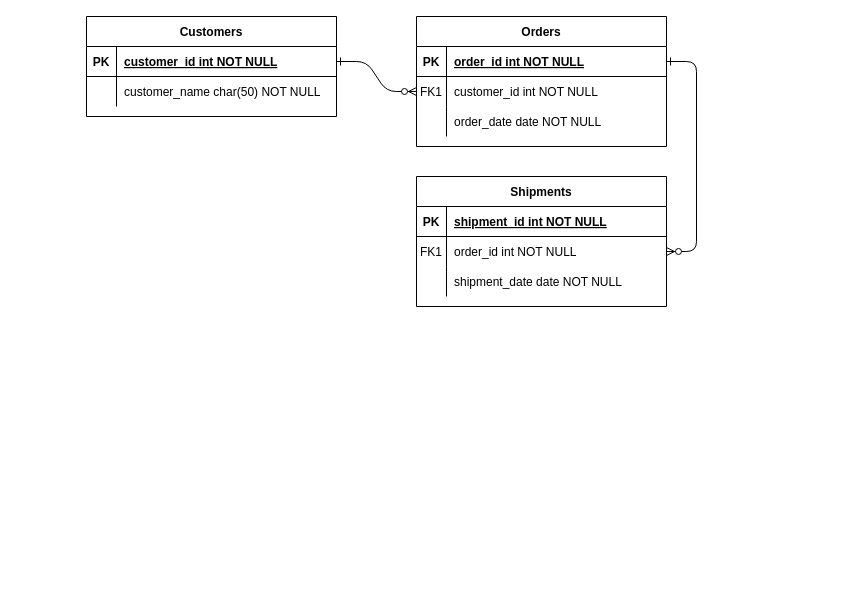
The draw.io diagram karaageER.drawio in MaTTalv001/Karaage_Again, before the edit. Source tidied: cells renumbered, new cells numbered last; positions are measured from the earlier drawing's top-left corner, leaving out a move shared by most shapes. Both pictures are drawn from the tidied source at 100%, with x=0, y=0 at pixel (86, 16).
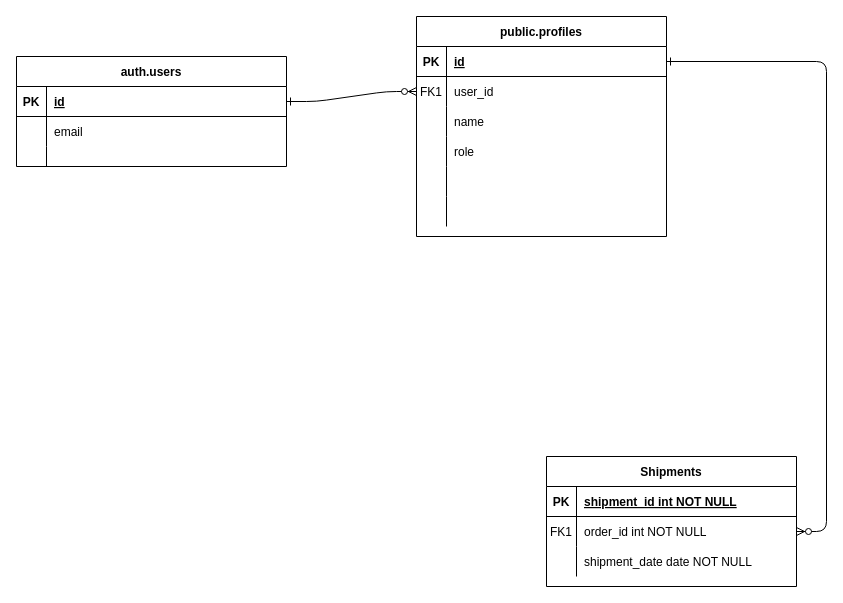
The same page after the edit.

Commit message:
karaageER.drawio を更新します

Unchanged cells that the change refers to:
```xml
<mxCell id="5" style="shape=partialRectangle;fillColor=none;points=[[0,0.5],[1,0.5]];portConstraint=eastwest;top=0;left=0;right=0;bottom=1;" parent="4" vertex="1">
  <mxGeometry y="30" width="250" height="30" as="geometry" />
</mxCell>
<mxCell id="8" style="shape=partialRectangle;fillColor=none;points=[[0,0.5],[1,0.5]];portConstraint=eastwest;top=0;left=0;right=0;bottom=0;" parent="4" vertex="1">
  <mxGeometry y="60" width="250" height="30" as="geometry" />
</mxCell>
<mxCell id="11" style="shape=partialRectangle;fillColor=none;top=0;left=0;right=0;bottom=0;" parent="4" vertex="1">
  <mxGeometry y="90" width="250" height="30" as="geometry" />
</mxCell>
```

Change to the diagram source:
```diff
@@
-    <mxCell id="4" value="Orders" style="shape=table;startSize=30;childLayout=tableLayout;rowLines=0;fontStyle=1;align=center;" parent="1" vertex="1">
-      <mxGeometry x="330" width="250" height="130" as="geometry" />
+    <mxCell id="4" value="public.profiles" style="shape=table;startSize=30;childLayout=tableLayout;rowLines=0;fontStyle=1;align=center;" parent="1" vertex="1">
+      <mxGeometry x="330" width="250" height="220" as="geometry" />
     </mxCell>
@@
-    <mxCell id="7" value="order_id int NOT NULL " style="shape=partialRectangle;overflow=hidden;fillColor=none;top=0;left=0;bottom=0;right=0;align=left;spacingLeft=6;fontStyle=5;" parent="5" vertex="1">
+    <mxCell id="7" value="id" style="shape=partialRectangle;overflow=hidden;fillColor=none;top=0;left=0;bottom=0;right=0;align=left;spacingLeft=6;fontStyle=5;" parent="5" vertex="1">
       <mxGeometry x="30" width="220" height="30" as="geometry" />
     </mxCell>
@@
-    <mxCell id="10" value="customer_id int NOT NULL" style="shape=partialRectangle;overflow=hidden;fillColor=none;top=0;left=0;bottom=0;right=0;align=left;spacingLeft=6;" parent="8" vertex="1">
+    <mxCell id="10" value="user_id" style="shape=partialRectangle;overflow=hidden;fillColor=none;top=0;left=0;bottom=0;right=0;align=left;spacingLeft=6;" parent="8" vertex="1">
       <mxGeometry x="30" width="220" height="30" as="geometry" />
     </mxCell>
@@
-    <mxCell id="13" value="order_date date NOT NULL" style="shape=partialRectangle;overflow=hidden;fillColor=none;top=0;left=0;bottom=0;right=0;align=left;spacingLeft=6;" parent="11" vertex="1">
+    <mxCell id="13" value="name" style="shape=partialRectangle;overflow=hidden;fillColor=none;top=0;left=0;bottom=0;right=0;align=left;spacingLeft=6;" parent="11" vertex="1">
       <mxGeometry x="30" width="220" height="30" as="geometry" />
     </mxCell>
+    <mxCell id="31" style="shape=partialRectangle;fillColor=none;top=0;left=0;right=0;bottom=0;" parent="4" vertex="1">
+      <mxGeometry y="120" width="250" height="30" as="geometry" />
+    </mxCell>
+    <mxCell id="32" style="shape=partialRectangle;overflow=hidden;fillColor=none;top=0;left=0;bottom=0;right=0;" parent="31" vertex="1">
+      <mxGeometry width="30" height="30" as="geometry" />
+    </mxCell>
+    <mxCell id="33" value="role" style="shape=partialRectangle;overflow=hidden;fillColor=none;top=0;left=0;bottom=0;right=0;align=left;spacingLeft=6;" parent="31" vertex="1">
+      <mxGeometry x="30" width="220" height="30" as="geometry" />
+    </mxCell>
+    <mxCell id="34" style="shape=partialRectangle;fillColor=none;top=0;left=0;right=0;bottom=0;" parent="4" vertex="1">
+      <mxGeometry y="150" width="250" height="30" as="geometry" />
+    </mxCell>
+    <mxCell id="35" style="shape=partialRectangle;overflow=hidden;fillColor=none;top=0;left=0;bottom=0;right=0;" parent="34" vertex="1">
+      <mxGeometry width="30" height="30" as="geometry" />
+    </mxCell>
+    <mxCell id="36" style="shape=partialRectangle;overflow=hidden;fillColor=none;top=0;left=0;bottom=0;right=0;align=left;spacingLeft=6;" parent="34" vertex="1">
+      <mxGeometry x="30" width="220" height="30" as="geometry" />
+    </mxCell>
+    <mxCell id="37" style="shape=partialRectangle;fillColor=none;top=0;left=0;right=0;bottom=0;" parent="4" vertex="1">
+      <mxGeometry y="180" width="250" height="30" as="geometry" />
+    </mxCell>
+    <mxCell id="38" style="shape=partialRectangle;overflow=hidden;fillColor=none;top=0;left=0;bottom=0;right=0;" parent="37" vertex="1">
+      <mxGeometry width="30" height="30" as="geometry" />
+    </mxCell>
+    <mxCell id="39" style="shape=partialRectangle;overflow=hidden;fillColor=none;top=0;left=0;bottom=0;right=0;align=left;spacingLeft=6;" parent="37" vertex="1">
+      <mxGeometry x="30" width="220" height="30" as="geometry" />
+    </mxCell>
     <mxCell id="14" value="Shipments" style="shape=table;startSize=30;childLayout=tableLayout;rowLines=0;fontStyle=1;align=center;" parent="1" vertex="1">
-      <mxGeometry x="330" y="160" width="250" height="130" as="geometry" />
+      <mxGeometry x="460" y="440" width="250" height="130" as="geometry" />
     </mxCell>
@@
-    <mxCell id="24" value="Customers" style="shape=table;startSize=30;childLayout=tableLayout;rowLines=0;fontStyle=1;align=center;" parent="1" vertex="1">
-      <mxGeometry width="250" height="100" as="geometry" />
+    <mxCell id="24" value="auth.users" style="shape=table;startSize=30;childLayout=tableLayout;rowLines=0;fontStyle=1;align=center;" parent="1" vertex="1">
+      <mxGeometry x="-70" y="40" width="270" height="110" as="geometry" />
     </mxCell>
     <mxCell id="25" style="shape=partialRectangle;fillColor=none;points=[[0,0.5],[1,0.5]];portConstraint=eastwest;top=0;left=0;right=0;bottom=1;" parent="24" vertex="1">
-      <mxGeometry y="30" width="250" height="30" as="geometry" />
+      <mxGeometry y="30" width="270" height="30" as="geometry" />
     </mxCell>
@@
-    <mxCell id="27" value="customer_id int NOT NULL " style="shape=partialRectangle;overflow=hidden;fillColor=none;top=0;left=0;bottom=0;right=0;align=left;spacingLeft=6;fontStyle=5;" parent="25" vertex="1">
-      <mxGeometry x="30" width="220" height="30" as="geometry" />
+    <mxCell id="27" value="id" style="shape=partialRectangle;overflow=hidden;fillColor=none;top=0;left=0;bottom=0;right=0;align=left;spacingLeft=6;fontStyle=5;" parent="25" vertex="1">
+      <mxGeometry x="30" width="240" height="30" as="geometry" />
     </mxCell>
-    <mxCell id="28" style="shape=partialRectangle;fillColor=none;top=0;left=0;right=0;bottom=0;" parent="24" vertex="1">
-      <mxGeometry y="60" width="250" height="30" as="geometry" />
-    </mxCell>
-    <mxCell id="29" style="shape=partialRectangle;overflow=hidden;fillColor=none;top=0;left=0;bottom=0;right=0;" parent="28" vertex="1">
-      <mxGeometry width="30" height="30" as="geometry" />
-    </mxCell>
-    <mxCell id="30" value="customer_name char(50) NOT NULL" style="shape=partialRectangle;overflow=hidden;fillColor=none;top=0;left=0;bottom=0;right=0;align=left;spacingLeft=6;" parent="28" vertex="1">
-      <mxGeometry x="30" width="220" height="30" as="geometry" />
-    </mxCell>
+    <mxCell id="40" style="shape=partialRectangle;fillColor=none;top=0;left=0;right=0;bottom=0;" parent="24" vertex="1">
+      <mxGeometry y="60" width="270" height="30" as="geometry" />
+    </mxCell>
+    <mxCell id="41" style="shape=partialRectangle;overflow=hidden;fillColor=none;top=0;left=0;bottom=0;right=0;" parent="40" vertex="1">
+      <mxGeometry width="30" height="30" as="geometry" />
+    </mxCell>
+    <mxCell id="42" value="email" style="shape=partialRectangle;overflow=hidden;fillColor=none;top=0;left=0;bottom=0;right=0;align=left;spacingLeft=6;" parent="40" vertex="1">
+      <mxGeometry x="30" width="240" height="30" as="geometry" />
+    </mxCell>
+    <mxCell id="43" style="shape=partialRectangle;fillColor=none;top=0;left=0;right=0;bottom=0;" parent="24" vertex="1">
+      <mxGeometry y="90" width="270" height="20" as="geometry" />
+    </mxCell>
+    <mxCell id="44" style="shape=partialRectangle;overflow=hidden;fillColor=none;top=0;left=0;bottom=0;right=0;" parent="43" vertex="1">
+      <mxGeometry width="30" height="20" as="geometry" />
+    </mxCell>
+    <mxCell id="45" style="shape=partialRectangle;overflow=hidden;fillColor=none;top=0;left=0;bottom=0;right=0;align=left;spacingLeft=6;" parent="43" vertex="1">
+      <mxGeometry x="30" width="240" height="20" as="geometry" />
+    </mxCell>
```
